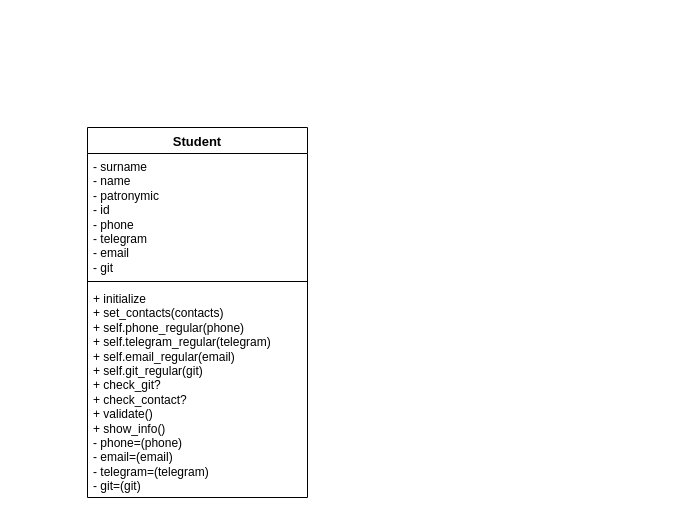
drpnmr/DesignPatterns keeps this draw.io diagram as Студенты/Диаграмма_классов.drawio. Above is the earlier version. Source tidied: cells renumbered, new cells numbered last; positions are measured from the earlier drawing's top-left corner, leaving out a move shared by most shapes. Both pictures are drawn from the tidied source at 100%, with x=0, y=0 at pixel (87, 127).
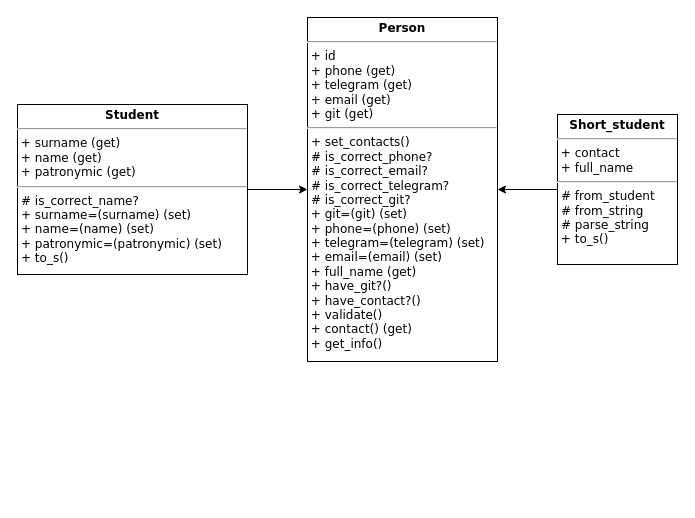
The same diagram, later.

Change to the diagram source:
```diff
@@
 <mxGraphModel>
   <root>
     <mxCell id="0" />
     <mxCell id="1" parent="0" />
-    <mxCell id="2" value="&lt;font style=&quot;font-size: 13px;&quot;&gt;Student&lt;/font&gt;" style="swimlane;fontStyle=1;align=center;verticalAlign=top;horizontal=1;startSize=26;whiteSpace=wrap;html=1;" parent="1" vertex="1">
-      <mxGeometry width="220" height="370" as="geometry" />
-    </mxCell>
-    <mxCell id="3" value="- surname&lt;div&gt;- name&amp;nbsp;&lt;/div&gt;&lt;div&gt;-&amp;nbsp;patronymic&lt;/div&gt;&lt;div&gt;- id&lt;br&gt;&lt;/div&gt;&lt;div&gt;- phone&lt;/div&gt;&lt;div&gt;- telegram&lt;/div&gt;&lt;div&gt;- email&lt;/div&gt;&lt;div&gt;- git&lt;/div&gt;&lt;div&gt;&lt;br&gt;&lt;/div&gt;" style="text;strokeColor=none;fillColor=none;align=left;verticalAlign=top;spacingLeft=4;spacingRight=4;overflow=hidden;whiteSpace=wrap;html=1;" parent="2" vertex="1">
-      <mxGeometry y="26" width="220" height="124" as="geometry" />
-    </mxCell>
-    <mxCell id="4" style="line;strokeWidth=1;fillColor=none;align=left;verticalAlign=middle;spacingTop=-1;spacingLeft=3;spacingRight=3;labelPosition=right;strokeColor=inherit;" parent="2" vertex="1">
-      <mxGeometry y="150" width="220" height="8" as="geometry" />
-    </mxCell>
-    <mxCell id="5" value="+&amp;nbsp;initialize&lt;div&gt;+ set_contacts(contacts)&lt;br&gt;+&amp;nbsp;self.phone_regular(phone)&lt;br&gt;+&amp;nbsp;self.telegram_regular(telegram)&lt;br&gt;+ self.email_regular(email)&lt;/div&gt;&lt;div&gt;+ self.git_regular(git)&lt;br&gt;+&amp;nbsp;check_git?&lt;br&gt;+&amp;nbsp;check_contact?&lt;/div&gt;&lt;div&gt;+ validate()&lt;br&gt;+&amp;nbsp;show_info()&lt;/div&gt;&lt;div&gt;- phone=(phone)&lt;br&gt;- email=(email)&lt;br&gt;- telegram=(telegram)&lt;br&gt;- git=(git)&lt;br&gt;&lt;br&gt;&lt;br&gt;&lt;/div&gt;" style="text;strokeColor=none;fillColor=none;align=left;verticalAlign=top;spacingLeft=4;spacingRight=4;overflow=hidden;whiteSpace=wrap;html=1;" parent="2" vertex="1">
-      <mxGeometry y="158" width="220" height="212" as="geometry" />
-    </mxCell>
+    <mxCell id="6" value="&lt;p style=&quot;margin: 4px 0px 0px; text-align: center;&quot;&gt;&lt;b style=&quot;&quot;&gt;&lt;font style=&quot;font-size: 12px;&quot;&gt;Person&lt;/font&gt;&lt;/b&gt;&lt;/p&gt;&lt;hr style=&quot;&quot;&gt;&lt;div style=&quot;border-color: var(--border-color);&quot;&gt;&lt;font style=&quot;border-color: var(--border-color); font-size: 12px;&quot;&gt;&amp;nbsp;+ id&lt;/font&gt;&lt;/div&gt;&lt;div style=&quot;border-color: var(--border-color);&quot;&gt;&lt;font style=&quot;font-size: 12px;&quot;&gt;&amp;nbsp;+ phone (get)&lt;/font&gt;&lt;/div&gt;&lt;div style=&quot;border-color: var(--border-color);&quot;&gt;&lt;font style=&quot;font-size: 12px;&quot;&gt;&amp;nbsp;+ telegram (get)&lt;/font&gt;&lt;/div&gt;&lt;div style=&quot;border-color: var(--border-color);&quot;&gt;&lt;font style=&quot;font-size: 12px;&quot;&gt;&amp;nbsp;+ email (get)&lt;/font&gt;&lt;/div&gt;&lt;div style=&quot;border-color: var(--border-color);&quot;&gt;&lt;font style=&quot;font-size: 12px;&quot;&gt;&amp;nbsp;+ git (get)&lt;br&gt;&lt;/font&gt;&lt;/div&gt;&lt;hr style=&quot;&quot;&gt;&lt;p style=&quot;margin: 0px 0px 0px 4px;&quot;&gt;&lt;font style=&quot;font-size: 12px;&quot;&gt;+ set_contacts()&lt;/font&gt;&lt;/p&gt;&lt;p style=&quot;margin: 0px 0px 0px 4px;&quot;&gt;# is_correct_phone?&lt;/p&gt;&lt;p style=&quot;margin: 0px 0px 0px 4px;&quot;&gt;# is_correct_email?&lt;br&gt;&lt;/p&gt;&lt;p style=&quot;margin: 0px 0px 0px 4px;&quot;&gt;# is_correct_telegram?&lt;br&gt;&lt;/p&gt;&lt;p style=&quot;margin: 0px 0px 0px 4px;&quot;&gt;# is_correct_git?&lt;/p&gt;&lt;font style=&quot;font-size: 12px;&quot;&gt;&amp;nbsp;+ git=(git) (set)&lt;br&gt;&amp;nbsp;+ phone=(phone) (set)&lt;br&gt;&amp;nbsp;+ telegram=(telegram) (set)&lt;br&gt;&amp;nbsp;+&amp;nbsp;email=(email) (set)&lt;br style=&quot;&quot;&gt;&lt;font color=&quot;#ff9e0d&quot;&gt;&amp;nbsp;&lt;/font&gt;+ full_name (get)&lt;/font&gt;&lt;div&gt;&lt;font style=&quot;font-size: 12px;&quot;&gt;&amp;nbsp;+&amp;nbsp;have_git?()&lt;/font&gt;&lt;/div&gt;&lt;div&gt;&lt;font style=&quot;font-size: 12px;&quot;&gt;&amp;nbsp;+&amp;nbsp;have_contact?()&lt;br style=&quot;&quot;&gt;&amp;nbsp;+&amp;nbsp;validate()&lt;br style=&quot;&quot;&gt;&amp;nbsp;+ contact() (get)&lt;br style=&quot;&quot;&gt;&lt;span class=&quot;Apple-converted-space&quot; style=&quot;background-color: initial;&quot;&gt;&amp;nbsp;+ get_info()&lt;span style=&quot;background-color: initial;&quot;&gt;&lt;br&gt;&lt;/span&gt;&lt;/span&gt;&lt;br&gt;&lt;br&gt;&lt;span class=&quot;Apple-converted-space&quot; style=&quot;background-color: initial;&quot;&gt;&amp;nbsp;&lt;/span&gt;&lt;/font&gt;&lt;/div&gt;" style="verticalAlign=top;align=left;overflow=fill;fontSize=12;fontFamily=Verdana;html=1;whiteSpace=wrap;spacingLeft=1;spacing=0;spacingTop=0;" parent="1" vertex="1">
+      <mxGeometry x="220" y="-110" width="190" height="344" as="geometry" />
+    </mxCell>
+    <mxCell id="7" style="edgeStyle=orthogonalEdgeStyle;rounded=0;jettySize=auto;html=1;entryX=0;entryY=0.5;entryDx=0;entryDy=0;fontFamily=Verdana;" parent="1" edge="1" source="8" target="6">
+      <mxGeometry relative="1" as="geometry" />
+    </mxCell>
+    <mxCell id="8" value="&lt;p style=&quot;margin: 4px 0px 0px; text-align: center; font-size: 12px;&quot;&gt;&lt;b style=&quot;font-size: 12px;&quot;&gt;&lt;font style=&quot;font-size: 12px;&quot;&gt;Student&lt;/font&gt;&lt;/b&gt;&lt;/p&gt;&lt;hr style=&quot;font-size: 12px;&quot;&gt;&lt;div style=&quot;border-color: var(--border-color); font-size: 12px;&quot;&gt;&lt;font style=&quot;border-color: var(--border-color); font-size: 12px;&quot;&gt;&amp;nbsp;+ surname (get)&lt;br style=&quot;font-size: 12px;&quot;&gt;&lt;/font&gt;&lt;/div&gt;&lt;div style=&quot;border-color: var(--border-color); font-size: 12px;&quot;&gt;&lt;font style=&quot;border-color: var(--border-color); font-size: 12px;&quot;&gt;&amp;nbsp;+ name (get)&lt;/font&gt;&lt;/div&gt;&lt;div style=&quot;border-color: var(--border-color); font-size: 12px;&quot;&gt;&lt;font style=&quot;border-color: var(--border-color); font-size: 12px;&quot;&gt;&amp;nbsp;+ patronymic (get)&lt;/font&gt;&lt;/div&gt;&lt;hr style=&quot;font-size: 12px;&quot;&gt;&lt;p style=&quot;margin: 0px 0px 0px 4px; font-size: 12px;&quot;&gt;&lt;font style=&quot;background-color: initial;&quot;&gt;&lt;span style=&quot;background-color: initial;&quot;&gt;# is_correct_name?&lt;/span&gt;&lt;/font&gt;&lt;/p&gt;&lt;p style=&quot;margin: 0px 0px 0px 4px; font-size: 12px;&quot;&gt;&lt;font style=&quot;background-color: initial;&quot;&gt;+ surname=(surname) (set)&lt;span style=&quot;background-color: initial;&quot;&gt;&lt;br&gt;&lt;/span&gt;&lt;/font&gt;&lt;/p&gt;&lt;p style=&quot;margin: 0px 0px 0px 4px; font-size: 12px;&quot;&gt;&lt;font style=&quot;background-color: initial;&quot;&gt;+ name=(name)&amp;nbsp;&lt;span style=&quot;background-color: initial;&quot;&gt;(set)&lt;/span&gt;&lt;br&gt;&lt;/font&gt;&lt;/p&gt;&lt;p style=&quot;margin: 0px 0px 0px 4px; font-size: 12px;&quot;&gt;&lt;font style=&quot;background-color: initial;&quot;&gt;+ patronymic=(patronymic)&amp;nbsp;&lt;span style=&quot;background-color: initial;&quot;&gt;(set)&lt;/span&gt;&lt;br&gt;&lt;/font&gt;&lt;/p&gt;&lt;p style=&quot;margin: 0px 0px 0px 4px; font-size: 12px;&quot;&gt;&lt;font style=&quot;background-color: initial;&quot;&gt;+ t&lt;/font&gt;&lt;span style=&quot;background-color: initial;&quot;&gt;o_s()&lt;/span&gt;&lt;br&gt;&lt;/p&gt;&lt;font style=&quot;font-size: 12px;&quot;&gt;&lt;br style=&quot;font-size: 12px;&quot;&gt;&lt;span class=&quot;Apple-converted-space&quot; style=&quot;background-color: initial; font-size: 12px;&quot;&gt;&amp;nbsp;&lt;/span&gt;&lt;/font&gt;" style="verticalAlign=top;align=left;overflow=fill;fontSize=12;fontFamily=Verdana;html=1;whiteSpace=wrap;spacingLeft=1;spacing=0;spacingTop=0;" parent="1" vertex="1">
+      <mxGeometry x="-70" y="-23" width="230" height="170" as="geometry" />
+    </mxCell>
+    <mxCell id="9" style="edgeStyle=orthogonalEdgeStyle;rounded=0;jettySize=auto;html=1;entryX=1;entryY=0.5;entryDx=0;entryDy=0;fontFamily=Verdana;" parent="1" edge="1" source="10" target="6">
+      <mxGeometry relative="1" as="geometry" />
+    </mxCell>
+    <mxCell id="10" value="&lt;p style=&quot;margin: 4px 0px 0px; text-align: center;&quot;&gt;&lt;b style=&quot;&quot;&gt;&lt;font style=&quot;font-size: 12px;&quot;&gt;Short_student&lt;/font&gt;&lt;/b&gt;&lt;/p&gt;&lt;hr style=&quot;&quot;&gt;&lt;div style=&quot;border-color: var(--border-color);&quot;&gt;&lt;font style=&quot;font-size: 12px;&quot;&gt;&lt;span style=&quot;background-color: initial;&quot;&gt;&lt;font style=&quot;&quot;&gt;&amp;nbsp;&lt;/font&gt;+&amp;nbsp;contact&lt;/span&gt;&lt;/font&gt;&lt;/div&gt;&lt;div style=&quot;border-color: var(--border-color);&quot;&gt;&amp;nbsp;+&amp;nbsp;full_name&lt;font style=&quot;font-size: 12px;&quot; color=&quot;#ff2119&quot;&gt;&lt;span style=&quot;background-color: initial;&quot;&gt;&lt;br&gt;&lt;/span&gt;&lt;/font&gt;&lt;/div&gt;&lt;hr style=&quot;&quot;&gt;&lt;p style=&quot;margin: 0px 0px 0px 4px;&quot;&gt;# from_student&lt;br&gt;&lt;/p&gt;&lt;p style=&quot;margin: 0px 0px 0px 4px;&quot;&gt;# from_string&lt;br&gt;&lt;/p&gt;&lt;p style=&quot;margin: 0px 0px 0px 4px;&quot;&gt;# parse_string&lt;/p&gt;&lt;div&gt;&lt;font style=&quot;font-size: 12px;&quot;&gt;&amp;nbsp;+&amp;nbsp;to_s()&lt;br&gt;&lt;br&gt;&lt;span class=&quot;Apple-converted-space&quot; style=&quot;background-color: initial;&quot;&gt;&amp;nbsp;&lt;/span&gt;&lt;/font&gt;&lt;/div&gt;" style="verticalAlign=top;align=left;overflow=fill;fontSize=12;fontFamily=Verdana;html=1;whiteSpace=wrap;spacingLeft=1;spacing=0;spacingTop=0;" parent="1" vertex="1">
+      <mxGeometry x="470" y="-13" width="120" height="150" as="geometry" />
+    </mxCell>
   </root>
 </mxGraphModel>
```
